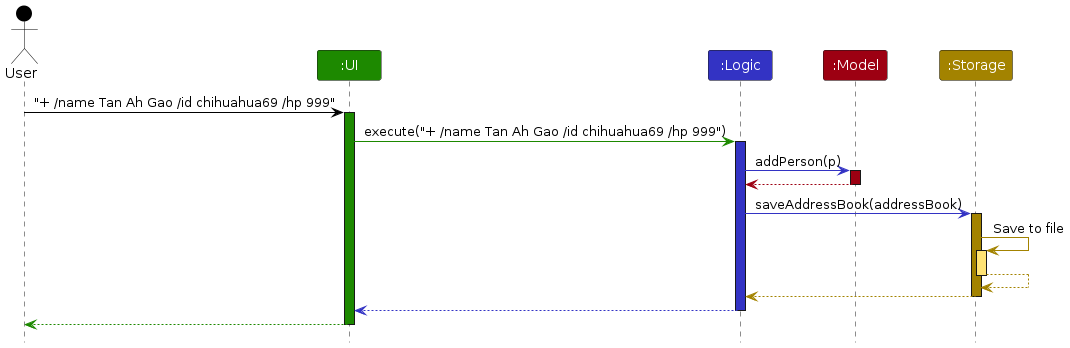
This is diagrams/ArchitectureSequenceDiagram.png from shunjieee/tp, a PlantUML export, as it was before one commit. Its source is kept beside it as diagrams/ArchitectureSequenceDiagram.puml.
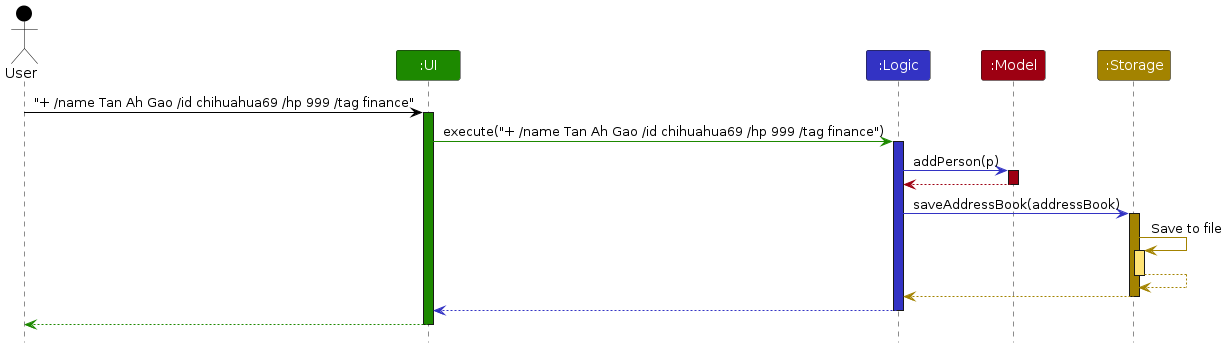
After the change.

The edit, as a diff of the source:
```diff
@@ -8,10 +8,10 @@
 Participant ":Model" as model MODEL_COLOR
 Participant ":Storage" as storage STORAGE_COLOR
 
-user -[USER_COLOR]> ui : "+ /name Tan Ah Gao /id chihuahua69 /hp 999"
+user -[USER_COLOR]> ui : "+ /name Tan Ah Gao /id chihuahua69 /hp 999 /tag finance"
 activate ui UI_COLOR
 
-ui -[UI_COLOR]> logic : execute("+ /name Tan Ah Gao /id chihuahua69 /hp 999")
+ui -[UI_COLOR]> logic : execute("+ /name Tan Ah Gao /id chihuahua69 /hp 999 /tag finance")
 activate logic LOGIC_COLOR
 
 logic -[LOGIC_COLOR]> model : addPerson(p)
```
